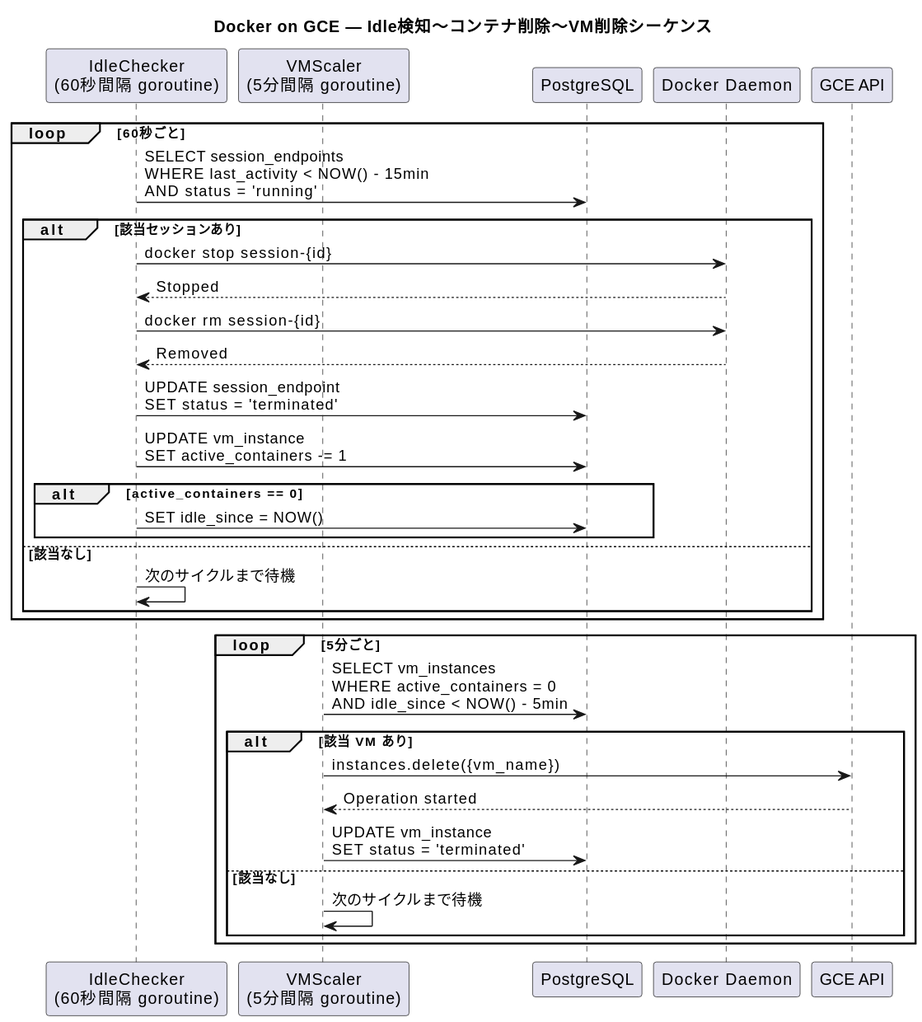
Above: docs/plantuml/out/docker_gce_idle_cleanup.svg in pollenjp/cc-tunnel (PlantUML), before the change. Its diagram source:
```plantuml
@startuml
title Docker on GCE — Idle検知〜コンテナ削除〜VM削除シーケンス

participant "IdleChecker\n(60秒間隔 goroutine)" as IdleChecker
participant "VMScaler\n(5分間隔 goroutine)" as VMScaler
participant PostgreSQL as DB
participant "Docker Daemon" as Docker
participant "GCE API" as GCEAPI

loop 60秒ごと
  IdleChecker -> DB: SELECT session_endpoints\nWHERE last_activity < NOW() - 15min\nAND status = 'running'
  alt 該当セッションあり
    IdleChecker -> Docker: docker stop session-{id}
    Docker --> IdleChecker: Stopped
    IdleChecker -> Docker: docker rm session-{id}
    Docker --> IdleChecker: Removed
    IdleChecker -> DB: UPDATE session_endpoint\nSET status = 'terminated'
    IdleChecker -> DB: UPDATE vm_instance\nSET active_containers -= 1
    alt active_containers == 0
      IdleChecker -> DB: SET idle_since = NOW()
    end
  else 該当なし
    IdleChecker -> IdleChecker: 次のサイクルまで待機
  end
end

loop 5分ごと
  VMScaler -> DB: SELECT vm_instances\nWHERE active_containers = 0\nAND idle_since < NOW() - 5min
  alt 該当 VM あり
    VMScaler -> GCEAPI: instances.delete({vm_name})
    GCEAPI --> VMScaler: Operation started
    VMScaler -> DB: UPDATE vm_instance\nSET status = 'terminated'
  else 該当なし
    VMScaler -> VMScaler: 次のサイクルまで待機
  end
end
@enduml
```
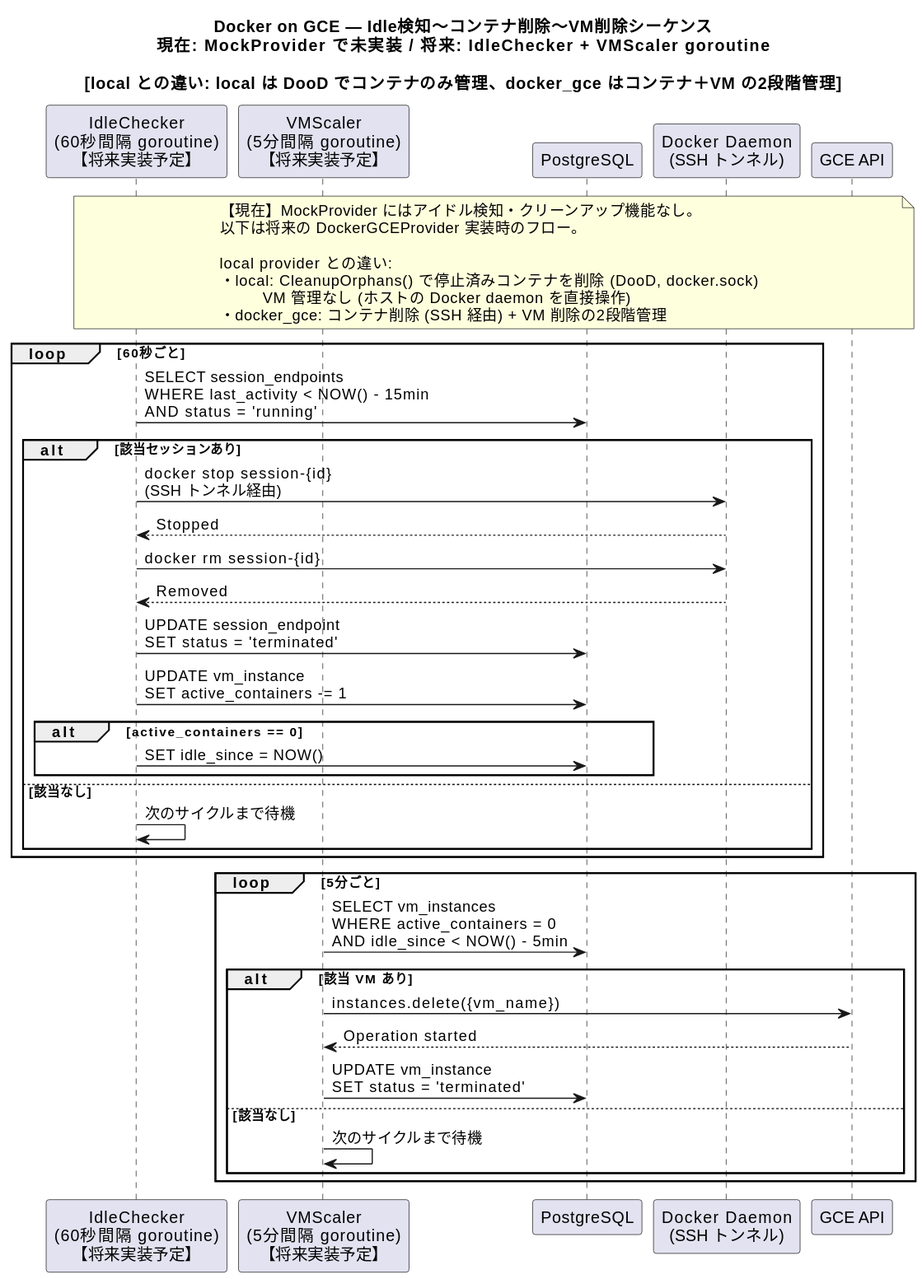
Later version of the same file.

Commit message:
docs: Update documentation for docker_gce mode implementation

Change to the diagram source:
```diff
@@ -1,16 +1,26 @@
 @startuml
-title Docker on GCE — Idle検知〜コンテナ削除〜VM削除シーケンス
+title Docker on GCE — Idle検知〜コンテナ削除〜VM削除シーケンス\n現在: MockProvider で未実装 / 将来: IdleChecker + VMScaler goroutine\n\n[local との違い: local は DooD でコンテナのみ管理、docker_gce はコンテナ＋VM の2段階管理]
 
-participant "IdleChecker\n(60秒間隔 goroutine)" as IdleChecker
-participant "VMScaler\n(5分間隔 goroutine)" as VMScaler
+participant "IdleChecker\n(60秒間隔 goroutine)\n【将来実装予定】" as IdleChecker
+participant "VMScaler\n(5分間隔 goroutine)\n【将来実装予定】" as VMScaler
 participant PostgreSQL as DB
-participant "Docker Daemon" as Docker
+participant "Docker Daemon\n(SSH トンネル)" as Docker
 participant "GCE API" as GCEAPI
+
+note over IdleChecker, GCEAPI
+  【現在】MockProvider にはアイドル検知・クリーンアップ機能なし。
+  以下は将来の DockerGCEProvider 実装時のフロー。
+
+  local provider との違い:
+  ・local: CleanupOrphans() で停止済みコンテナを削除 (DooD, docker.sock)
+           VM 管理なし (ホストの Docker daemon を直接操作)
+  ・docker_gce: コンテナ削除 (SSH 経由) + VM 削除の2段階管理
+end note
 
 loop 60秒ごと
   IdleChecker -> DB: SELECT session_endpoints\nWHERE last_activity < NOW() - 15min\nAND status = 'running'
   alt 該当セッションあり
-    IdleChecker -> Docker: docker stop session-{id}
+    IdleChecker -> Docker: docker stop session-{id}\n(SSH トンネル経由)
     Docker --> IdleChecker: Stopped
     IdleChecker -> Docker: docker rm session-{id}
     Docker --> IdleChecker: Removed
```
